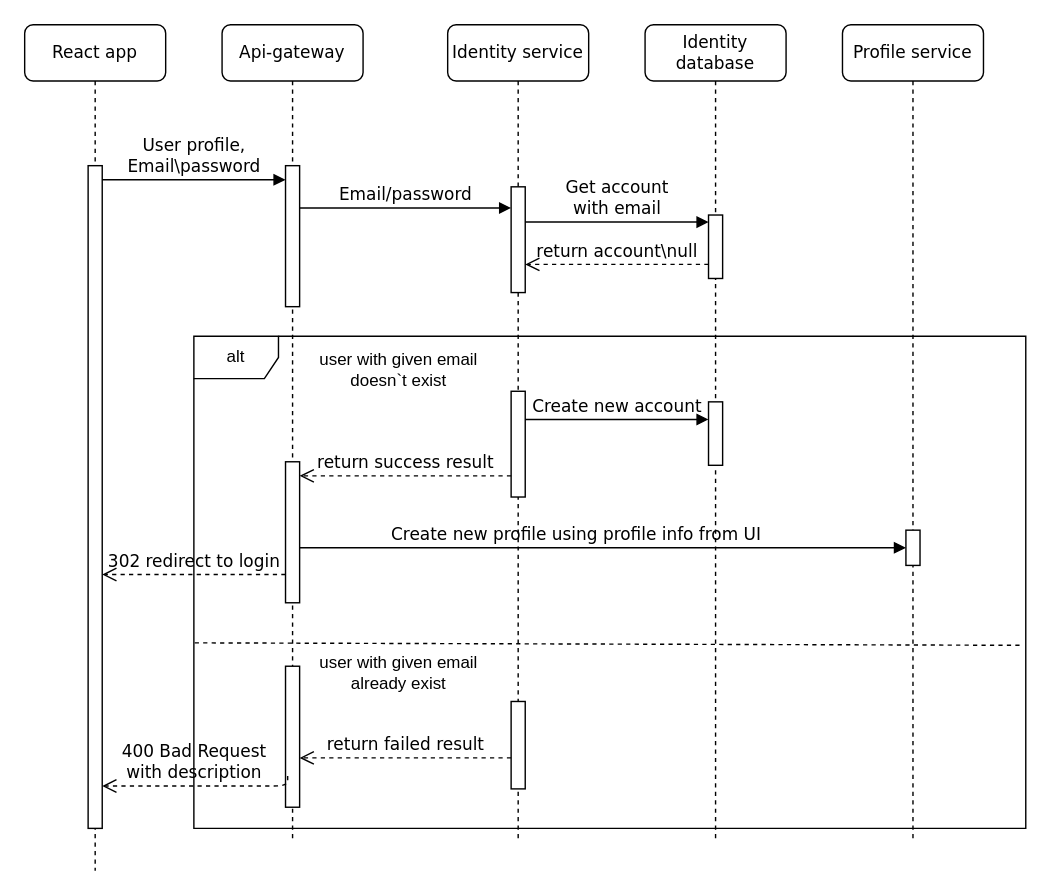
Above: page "Sign-up" (1 of 6) of docs/UserIdentity_flow.drawio in ArtemK123/Ticket_Flow (draw.io), before the change. Source tidied: cells renumbered, new cells numbered last; positions are measured from the earlier drawing's top-left corner, leaving out a move shared by most shapes. Both pictures are drawn from the tidied source at 141%, with x=0, y=0 at pixel (24, 24).
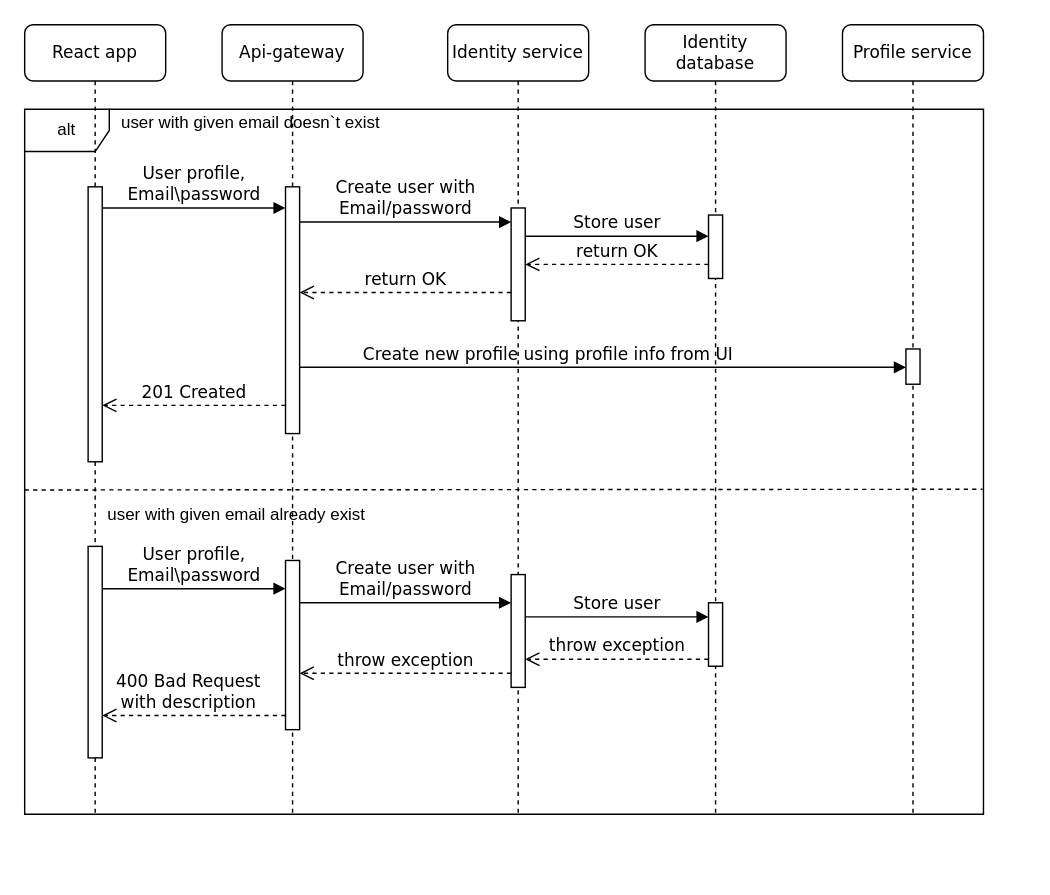
The same page after the edit.

Commit message:
Changed sign-up flow in docs

Unchanged cells that the change refers to:
```xml
<mxCell id="12" style="html=1;points=[];perimeter=orthogonalPerimeter;rounded=0;shadow=0;comic=0;labelBackgroundColor=none;strokeWidth=1;fontFamily=Verdana;fontSize=12;align=center;" parent="11" vertex="1">
  <mxGeometry x="45" y="135" width="10" height="45" as="geometry" />
</mxCell>
```

What changed in the source:
```diff
@@
     <mxCell id="2" value="alt" style="shape=umlFrame;whiteSpace=wrap;html=1;" parent="1" vertex="1">
-      <mxGeometry x="120" y="221" width="590" height="349" as="geometry" />
+      <mxGeometry y="60" width="680" height="500" as="geometry" />
     </mxCell>
     <mxCell id="3" value="Api-gateway" style="shape=umlLifeline;perimeter=lifelinePerimeter;whiteSpace=wrap;html=1;rounded=1;shadow=0;comic=0;labelBackgroundColor=none;strokeWidth=1;fontFamily=Verdana;fontSize=12;align=center;" parent="1" vertex="1">
-      <mxGeometry x="140" width="100" height="580" as="geometry" />
+      <mxGeometry x="140" width="100" height="560" as="geometry" />
     </mxCell>
     <mxCell id="4" style="html=1;points=[];perimeter=orthogonalPerimeter;rounded=0;shadow=0;comic=0;labelBackgroundColor=none;strokeWidth=1;fontFamily=Verdana;fontSize=12;align=center;" parent="3" vertex="1">
-      <mxGeometry x="45" y="100" width="10" height="100" as="geometry" />
+      <mxGeometry x="45" y="115" width="10" height="175" as="geometry" />
     </mxCell>
-    <mxCell id="5" style="html=1;points=[];perimeter=orthogonalPerimeter;rounded=0;shadow=0;comic=0;labelBackgroundColor=none;strokeWidth=1;fontFamily=Verdana;fontSize=12;align=center;" parent="3" vertex="1">
-      <mxGeometry x="45" y="310" width="10" height="100" as="geometry" />
-    </mxCell>
-    <mxCell id="6" style="html=1;points=[];perimeter=orthogonalPerimeter;rounded=0;shadow=0;comic=0;labelBackgroundColor=none;strokeWidth=1;fontFamily=Verdana;fontSize=12;align=center;" parent="3" vertex="1">
-      <mxGeometry x="45" y="455" width="10" height="100" as="geometry" />
-    </mxCell>
+    <mxCell id="31" style="html=1;points=[];perimeter=orthogonalPerimeter;rounded=0;shadow=0;comic=0;labelBackgroundColor=none;strokeWidth=1;fontFamily=Verdana;fontSize=12;align=center;" parent="3" vertex="1">
+      <mxGeometry x="45" y="380" width="10" height="120" as="geometry" />
+    </mxCell>
     <mxCell id="7" value="Identity service" style="shape=umlLifeline;perimeter=lifelinePerimeter;whiteSpace=wrap;html=1;rounded=1;shadow=0;comic=0;labelBackgroundColor=none;strokeWidth=1;fontFamily=Verdana;fontSize=12;align=center;" parent="1" vertex="1">
-      <mxGeometry x="300" width="100" height="580" as="geometry" />
+      <mxGeometry x="300" width="100" height="560" as="geometry" />
     </mxCell>
     <mxCell id="8" style="html=1;points=[];perimeter=orthogonalPerimeter;rounded=0;shadow=0;comic=0;labelBackgroundColor=none;strokeWidth=1;fontFamily=Verdana;fontSize=12;align=center;" parent="7" vertex="1">
-      <mxGeometry x="45" y="115" width="10" height="75" as="geometry" />
+      <mxGeometry x="45" y="130" width="10" height="80" as="geometry" />
     </mxCell>
-    <mxCell id="9" style="html=1;points=[];perimeter=orthogonalPerimeter;rounded=0;shadow=0;comic=0;labelBackgroundColor=none;strokeWidth=1;fontFamily=Verdana;fontSize=12;align=center;" parent="7" vertex="1">
-      <mxGeometry x="45" y="260" width="10" height="75" as="geometry" />
-    </mxCell>
-    <mxCell id="10" style="html=1;points=[];perimeter=orthogonalPerimeter;rounded=0;shadow=0;comic=0;labelBackgroundColor=none;strokeWidth=1;fontFamily=Verdana;fontSize=12;align=center;" parent="7" vertex="1">
-      <mxGeometry x="45" y="480" width="10" height="62" as="geometry" />
-    </mxCell>
+    <mxCell id="32" style="html=1;points=[];perimeter=orthogonalPerimeter;rounded=0;shadow=0;comic=0;labelBackgroundColor=none;strokeWidth=1;fontFamily=Verdana;fontSize=12;align=center;" parent="7" vertex="1">
+      <mxGeometry x="45" y="390" width="10" height="80" as="geometry" />
+    </mxCell>
     <mxCell id="11" value="Identity database" style="shape=umlLifeline;perimeter=lifelinePerimeter;whiteSpace=wrap;html=1;rounded=1;shadow=0;comic=0;labelBackgroundColor=none;strokeWidth=1;fontFamily=Verdana;fontSize=12;align=center;" parent="1" vertex="1">
-      <mxGeometry x="440" width="100" height="580" as="geometry" />
+      <mxGeometry x="440" width="100" height="560" as="geometry" />
     </mxCell>
@@
-    <mxCell id="13" style="html=1;points=[];perimeter=orthogonalPerimeter;rounded=0;shadow=0;comic=0;labelBackgroundColor=none;strokeWidth=1;fontFamily=Verdana;fontSize=12;align=center;" parent="11" vertex="1">
-      <mxGeometry x="45" y="267.5" width="10" height="45" as="geometry" />
-    </mxCell>
+    <mxCell id="33" style="html=1;points=[];perimeter=orthogonalPerimeter;rounded=0;shadow=0;comic=0;labelBackgroundColor=none;strokeWidth=1;fontFamily=Verdana;fontSize=12;align=center;" parent="11" vertex="1">
+      <mxGeometry x="45" y="410" width="10" height="45" as="geometry" />
+    </mxCell>
     <mxCell id="14" value="React app" style="shape=umlLifeline;perimeter=lifelinePerimeter;whiteSpace=wrap;html=1;rounded=1;shadow=0;comic=0;labelBackgroundColor=none;strokeWidth=1;fontFamily=Verdana;fontSize=12;align=center;" parent="1" vertex="1">
-      <mxGeometry width="100" height="600" as="geometry" />
+      <mxGeometry width="100" height="560" as="geometry" />
     </mxCell>
     <mxCell id="15" style="html=1;points=[];perimeter=orthogonalPerimeter;rounded=0;shadow=0;comic=0;labelBackgroundColor=none;strokeWidth=1;fontFamily=Verdana;fontSize=12;align=center;" parent="14" vertex="1">
-      <mxGeometry x="45" y="100" width="10" height="470" as="geometry" />
+      <mxGeometry x="45" y="115" width="10" height="195" as="geometry" />
     </mxCell>
+    <mxCell id="34" style="html=1;points=[];perimeter=orthogonalPerimeter;rounded=0;shadow=0;comic=0;labelBackgroundColor=none;strokeWidth=1;fontFamily=Verdana;fontSize=12;align=center;" parent="14" vertex="1">
+      <mxGeometry x="45" y="370" width="10" height="150" as="geometry" />
+    </mxCell>
-    <mxCell id="16" value="Get account&lt;br&gt;with email" style="html=1;verticalAlign=bottom;endArrow=block;labelBackgroundColor=none;fontFamily=Verdana;fontSize=12;edgeStyle=elbowEdgeStyle;elbow=vertical;" parent="1" edge="1" source="8" target="12">
+    <mxCell id="16" value="Store user" style="html=1;verticalAlign=bottom;endArrow=block;labelBackgroundColor=none;fontFamily=Verdana;fontSize=12;edgeStyle=elbowEdgeStyle;elbow=vertical;" parent="1" edge="1" source="8" target="12">
       <mxGeometry relative="1" as="geometry">
         <Array as="points">
+          <mxPoint x="380" y="150" />
+          <mxPoint x="460" y="158" />
           <mxPoint x="360" y="140" />
         </Array>
       </mxGeometry>
     </mxCell>
-    <mxCell id="17" value="Email/password" style="html=1;verticalAlign=bottom;endArrow=block;labelBackgroundColor=none;fontFamily=Verdana;fontSize=12;edgeStyle=elbowEdgeStyle;elbow=vertical;" parent="1" edge="1" source="4" target="8">
+    <mxCell id="17" value="Create user with&lt;br&gt;Email/password" style="html=1;verticalAlign=bottom;endArrow=block;labelBackgroundColor=none;fontFamily=Verdana;fontSize=12;edgeStyle=elbowEdgeStyle;elbow=vertical;" parent="1" edge="1" source="4" target="8">
       <mxGeometry x="0.4" y="-30" relative="1" as="geometry">
         <Array as="points">
+          <mxPoint x="310" y="140" />
+          <mxPoint x="320" y="150" />
           <mxPoint x="300" y="130" />
         </Array>
         <mxPoint x="-30" y="-30" as="offset" />
       </mxGeometry>
     </mxCell>
     <mxCell id="18" value="User profile,&lt;br&gt;Email\password" style="html=1;verticalAlign=bottom;endArrow=block;labelBackgroundColor=none;fontFamily=Verdana;fontSize=12;edgeStyle=elbowEdgeStyle;elbow=vertical;" parent="1" edge="1" source="15" target="4">
       <mxGeometry relative="1" as="geometry">
         <Array as="points">
+          <mxPoint x="110" y="130" />
           <mxPoint x="140" y="110" />
           <mxPoint x="160" y="120" />
           <mxPoint x="140" y="110" />
           <mxPoint x="180" y="130" />
         </Array>
       </mxGeometry>
     </mxCell>
     <mxCell id="19" value="Profile service" style="shape=umlLifeline;perimeter=lifelinePerimeter;whiteSpace=wrap;html=1;rounded=1;shadow=0;comic=0;labelBackgroundColor=none;strokeWidth=1;fontFamily=Verdana;fontSize=12;align=center;" parent="1" vertex="1">
-      <mxGeometry x="580" width="100" height="580" as="geometry" />
+      <mxGeometry x="580" width="100" height="560" as="geometry" />
     </mxCell>
     <mxCell id="20" style="html=1;points=[];perimeter=orthogonalPerimeter;rounded=0;shadow=0;comic=0;labelBackgroundColor=none;strokeWidth=1;fontFamily=Verdana;fontSize=12;align=center;" parent="19" vertex="1">
-      <mxGeometry x="45" y="358.5" width="10" height="25" as="geometry" />
+      <mxGeometry x="45" y="230" width="10" height="25" as="geometry" />
     </mxCell>
-    <mxCell id="21" value="return account\null" style="html=1;verticalAlign=bottom;endArrow=open;dashed=1;endSize=8;labelBackgroundColor=none;fontFamily=Verdana;fontSize=12;edgeStyle=elbowEdgeStyle;elbow=vertical;" parent="1" edge="1" source="12" target="8">
+    <mxCell id="21" value="return OK" style="html=1;verticalAlign=bottom;endArrow=open;dashed=1;endSize=8;labelBackgroundColor=none;fontFamily=Verdana;fontSize=12;edgeStyle=elbowEdgeStyle;elbow=vertical;" parent="1" edge="1" source="12" target="8">
       <mxGeometry relative="1" as="geometry">
         <Array as="points">
           <mxPoint x="465" y="170" />
           <mxPoint x="435" y="140" />
           <mxPoint x="905" y="120" />
         </Array>
       </mxGeometry>
     </mxCell>
-    <mxCell id="22" value="user with given email&lt;br&gt;doesn`t exist" style="text;html=1;align=center;verticalAlign=middle;" parent="1" vertex="1">
-      <mxGeometry x="200" y="230" width="130" height="30" as="geometry" />
+    <mxCell id="22" value="user with given email doesn`t exist" style="text;html=1;align=center;verticalAlign=middle;" parent="1" vertex="1">
+      <mxGeometry x="60" y="60" width="200" height="20" as="geometry" />
     </mxCell>
-    <mxCell id="23" value="user with given email&lt;br&gt;already exist" style="text;html=1;align=center;verticalAlign=middle;" parent="1" vertex="1">
-      <mxGeometry x="200" y="445" width="130" height="30" as="geometry" />
+    <mxCell id="23" value="user with given email already exist" style="text;html=1;align=center;verticalAlign=middle;" parent="1" vertex="1">
+      <mxGeometry x="50" y="337.5" width="200" height="20" as="geometry" />
     </mxCell>
-    <mxCell id="24" value="Create new account" style="html=1;verticalAlign=bottom;endArrow=block;labelBackgroundColor=none;fontFamily=Verdana;fontSize=12;edgeStyle=elbowEdgeStyle;elbow=vertical;" parent="1" edge="1" source="9" target="13">
-      <mxGeometry relative="1" as="geometry">
-        <Array as="points">
-          <mxPoint x="440" y="280" />
-          <mxPoint x="370" y="289.7" />
-        </Array>
-      </mxGeometry>
-    </mxCell>
-    <mxCell id="25" value="return success result" style="html=1;verticalAlign=bottom;endArrow=open;dashed=1;endSize=8;labelBackgroundColor=none;fontFamily=Verdana;fontSize=12;edgeStyle=elbowEdgeStyle;elbow=vertical;" parent="1" edge="1" source="9" target="5">
-      <mxGeometry relative="1" as="geometry">
-        <Array as="points">
-          <mxPoint x="310" y="320" />
-          <mxPoint x="280" y="290" />
-          <mxPoint x="750" y="270" />
-        </Array>
-      </mxGeometry>
-    </mxCell>
-    <mxCell id="26" value="Create new profile using profile info from UI" style="html=1;verticalAlign=bottom;endArrow=block;labelBackgroundColor=none;fontFamily=Verdana;fontSize=12;edgeStyle=elbowEdgeStyle;elbow=vertical;" parent="1" edge="1" source="5" target="20">
-      <mxGeometry x="0.47" y="-120" relative="1" as="geometry">
+    <mxCell id="26" value="Create new profile using profile info from UI" style="html=1;verticalAlign=bottom;endArrow=block;labelBackgroundColor=none;fontFamily=Verdana;fontSize=12;edgeStyle=elbowEdgeStyle;elbow=vertical;" parent="1" edge="1" target="20">
+      <mxGeometry x="0.84" y="-220" relative="1" as="geometry">
+        <mxPoint x="195" y="243" as="sourcePoint" />
         <Array as="points">
+          <mxPoint x="590" y="243" />
           <mxPoint x="430" y="371" />
           <mxPoint x="410" y="360" />
           <mxPoint x="510" y="371" />
           <mxPoint x="335" y="390" />
         </Array>
-        <mxPoint x="-120" y="-120" as="offset" />
+        <mxPoint x="-220" y="-220" as="offset" />
       </mxGeometry>
     </mxCell>
-    <mxCell id="27" value="302 redirect to login" style="html=1;verticalAlign=bottom;endArrow=open;dashed=1;endSize=8;labelBackgroundColor=none;fontFamily=Verdana;fontSize=12;edgeStyle=elbowEdgeStyle;elbow=vertical;" parent="1" edge="1" source="5" target="15">
+    <mxCell id="27" value="201 Created" style="html=1;verticalAlign=bottom;endArrow=open;dashed=1;endSize=8;labelBackgroundColor=none;fontFamily=Verdana;fontSize=12;edgeStyle=elbowEdgeStyle;elbow=vertical;" parent="1" edge="1" source="4" target="15">
       <mxGeometry relative="1" as="geometry">
         <Array as="points">
-          <mxPoint x="155" y="390" />
+          <mxPoint x="130" y="270" />
+          <mxPoint x="170" y="260" />
           <mxPoint x="125" y="360" />
           <mxPoint x="595" y="340" />
         </Array>
       </mxGeometry>
     </mxCell>
+    <mxCell id="30" value="400 Bad Request&lt;br&gt;with description" style="html=1;verticalAlign=bottom;endArrow=open;dashed=1;endSize=8;labelBackgroundColor=none;fontFamily=Verdana;fontSize=12;edgeStyle=elbowEdgeStyle;elbow=vertical;" parent="1" edge="1" source="31" target="34">
+      <mxGeometry x="0.06" relative="1" as="geometry">
+        <Array as="points">
+          <mxPoint x="160" y="490" />
+          <mxPoint x="130" y="540" />
+          <mxPoint x="160" y="540" />
+          <mxPoint x="130" y="510" />
+          <mxPoint x="600" y="490" />
+        </Array>
+      </mxGeometry>
+    </mxCell>
+    <mxCell id="35" value="return OK" style="html=1;verticalAlign=bottom;endArrow=open;dashed=1;endSize=8;labelBackgroundColor=none;fontFamily=Verdana;fontSize=12;edgeStyle=elbowEdgeStyle;elbow=vertical;" parent="1" edge="1" source="8" target="4">
+      <mxGeometry relative="1" as="geometry">
+        <Array as="points">
+          <mxPoint x="280" y="190" />
+          <mxPoint x="280" y="170" />
+          <mxPoint x="750" y="150" />
+        </Array>
+      </mxGeometry>
+    </mxCell>
+    <mxCell id="36" value="User profile,&lt;br&gt;Email\password" style="html=1;verticalAlign=bottom;endArrow=block;labelBackgroundColor=none;fontFamily=Verdana;fontSize=12;edgeStyle=elbowEdgeStyle;elbow=vertical;" parent="1" edge="1" source="34" target="31">
+      <mxGeometry relative="1" as="geometry">
+        <Array as="points">
+          <mxPoint x="170" y="400" />
+          <mxPoint x="160" y="390" />
+          <mxPoint x="135" y="460" />
+          <mxPoint x="165" y="440" />
+          <mxPoint x="185" y="450" />
+          <mxPoint x="165" y="440" />
+          <mxPoint x="205" y="460" />
+        </Array>
+      </mxGeometry>
+    </mxCell>
+    <mxCell id="37" value="Create user with&lt;br&gt;Email/password" style="html=1;verticalAlign=bottom;endArrow=block;labelBackgroundColor=none;fontFamily=Verdana;fontSize=12;edgeStyle=elbowEdgeStyle;elbow=vertical;" parent="1" edge="1" source="31" target="32">
+      <mxGeometry x="0.4" y="-30" relative="1" as="geometry">
+        <Array as="points">
+          <mxPoint x="310" y="410" />
+          <mxPoint x="355" y="400" />
+          <mxPoint x="365" y="410" />
+          <mxPoint x="345" y="390" />
+        </Array>
+        <mxPoint x="-30" y="-30" as="offset" />
+      </mxGeometry>
+    </mxCell>
+    <mxCell id="38" value="Store user" style="html=1;verticalAlign=bottom;endArrow=block;labelBackgroundColor=none;fontFamily=Verdana;fontSize=12;edgeStyle=elbowEdgeStyle;elbow=vertical;" parent="1" edge="1" source="32" target="33">
+      <mxGeometry relative="1" as="geometry">
+        <Array as="points">
+          <mxPoint x="450" y="420" />
+          <mxPoint x="415" y="357.5" />
+          <mxPoint x="495" y="365.5" />
+          <mxPoint x="395" y="347.5" />
+        </Array>
+      </mxGeometry>
+    </mxCell>
+    <mxCell id="39" value="throw exception" style="html=1;verticalAlign=bottom;endArrow=open;dashed=1;endSize=8;labelBackgroundColor=none;fontFamily=Verdana;fontSize=12;edgeStyle=elbowEdgeStyle;elbow=vertical;" parent="1" edge="1" source="33" target="32">
+      <mxGeometry relative="1" as="geometry">
+        <Array as="points">
+          <mxPoint x="450" y="450" />
+          <mxPoint x="470" y="440" />
+          <mxPoint x="510" y="460" />
+          <mxPoint x="480" y="430" />
+          <mxPoint x="950" y="410" />
+        </Array>
+      </mxGeometry>
+    </mxCell>
+    <mxCell id="40" value="throw exception" style="html=1;verticalAlign=bottom;endArrow=open;dashed=1;endSize=8;labelBackgroundColor=none;fontFamily=Verdana;fontSize=12;edgeStyle=elbowEdgeStyle;elbow=vertical;" parent="1" edge="1" source="32" target="31">
+      <mxGeometry relative="1" as="geometry">
+        <Array as="points">
+          <mxPoint x="310" y="460" />
+          <mxPoint x="335" y="500" />
+          <mxPoint x="355" y="490" />
+          <mxPoint x="395" y="510" />
+          <mxPoint x="365" y="480" />
+          <mxPoint x="835" y="460" />
+        </Array>
+      </mxGeometry>
+    </mxCell>
-    <mxCell id="28" style="endArrow=none;dashed=1;html=1;entryX=0.995;entryY=0.628;entryDx=0;entryDy=0;entryPerimeter=0;exitX=0.001;exitY=0.623;exitDx=0;exitDy=0;exitPerimeter=0;" parent="1" edge="1" source="2" target="2">
+    <mxCell id="28" style="endArrow=none;dashed=1;html=1;exitX=0;exitY=0.54;exitDx=0;exitDy=0;exitPerimeter=0;entryX=0.999;entryY=0.539;entryDx=0;entryDy=0;entryPerimeter=0;" parent="1" edge="1" source="2" target="2">
       <mxGeometry relative="1" as="geometry" />
     </mxCell>
-    <mxCell id="29" value="return failed result" style="html=1;verticalAlign=bottom;endArrow=open;dashed=1;endSize=8;labelBackgroundColor=none;fontFamily=Verdana;fontSize=12;edgeStyle=elbowEdgeStyle;elbow=vertical;" parent="1" edge="1" source="10" target="6">
-      <mxGeometry relative="1" as="geometry">
-        <Array as="points">
-          <mxPoint x="305" y="520" />
-          <mxPoint x="275" y="490" />
-          <mxPoint x="745" y="470" />
-        </Array>
-      </mxGeometry>
-    </mxCell>
-    <mxCell id="30" value="400 Bad Request&lt;br&gt;with description" style="html=1;verticalAlign=bottom;endArrow=open;dashed=1;endSize=8;labelBackgroundColor=none;fontFamily=Verdana;fontSize=12;edgeStyle=elbowEdgeStyle;elbow=vertical;exitX=0.152;exitY=0.778;exitDx=0;exitDy=0;exitPerimeter=0;" parent="1" edge="1" source="6" target="15">
-      <mxGeometry x="0.06" relative="1" as="geometry">
-        <Array as="points">
-          <mxPoint x="160" y="540" />
-          <mxPoint x="130" y="510" />
-          <mxPoint x="600" y="490" />
-        </Array>
-      </mxGeometry>
-    </mxCell>
```
